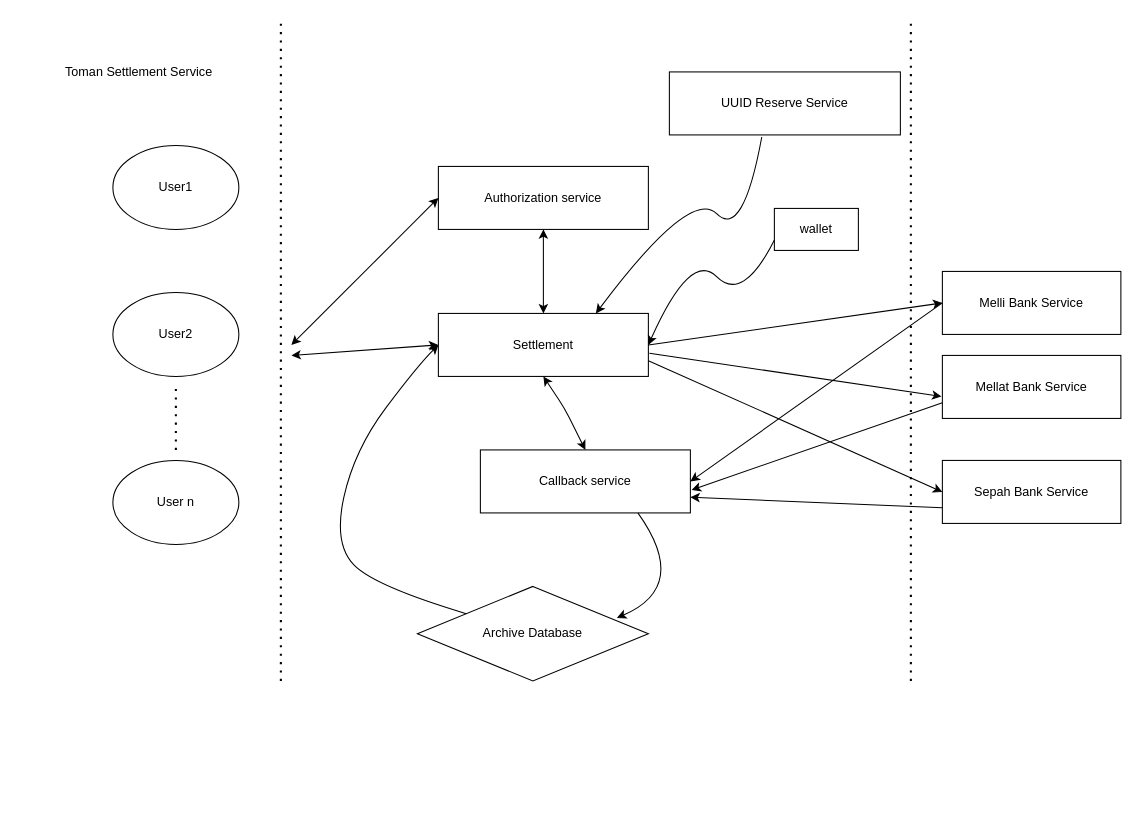
Earlier version of the draw.io diagram page "Page-1" (1 of 4) of Untitled Diagram.drawio (alimoslehirad/Devops). Source tidied: cells renumbered, new cells numbered last; positions are measured from the earlier drawing's top-left corner, leaving out a move shared by most shapes. Both pictures are drawn from the tidied source at 105%, with x=0, y=0 at pixel (18, 19).
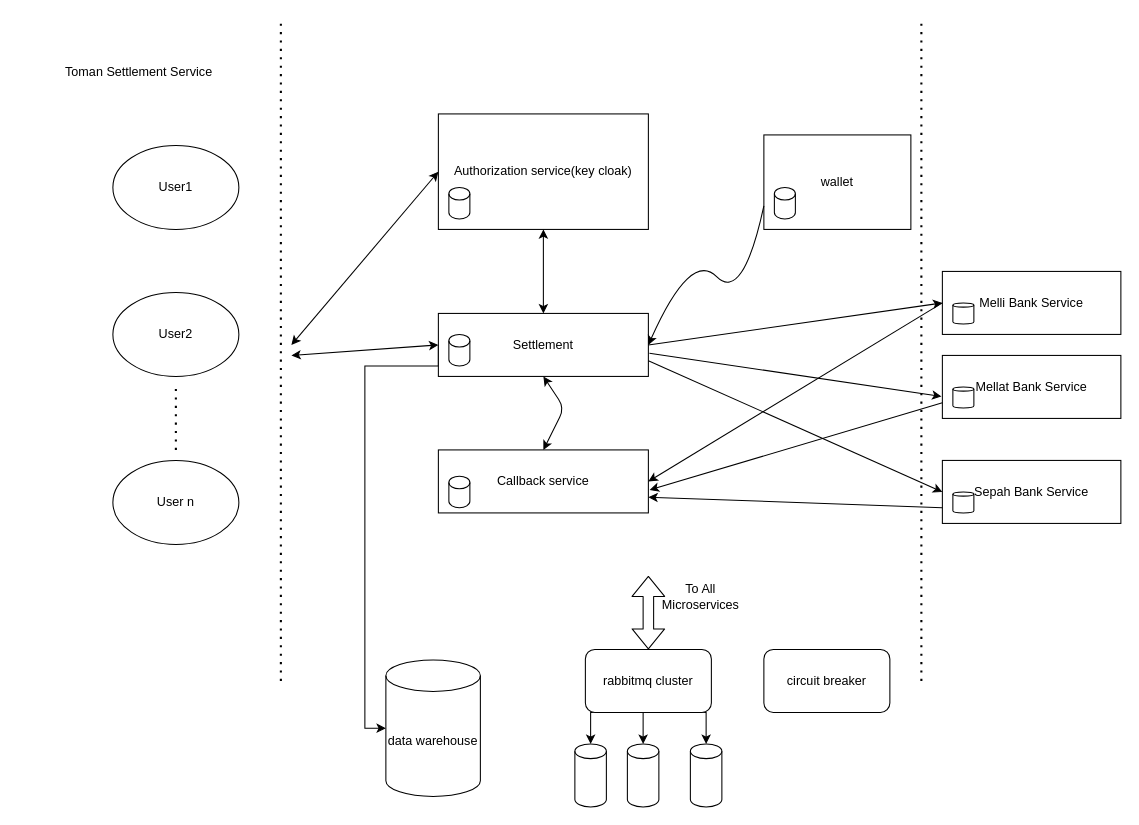
The same page after the edit.

The change refers to these unchanged cells:
```xml
<mxCell id="3" value="Settlement" style="rounded=0;whiteSpace=wrap;html=1;" parent="1" vertex="1">
  <mxGeometry x="400" y="280" width="200" height="60" as="geometry" />
</mxCell>
```

Change to the diagram source:
```diff
@@
-    <mxCell id="2" value="Authorization service" style="rounded=0;whiteSpace=wrap;html=1;" parent="1" vertex="1">
-      <mxGeometry x="400" y="140" width="200" height="60" as="geometry" />
+    <mxCell id="2" value="Authorization service(key cloak)" style="rounded=0;whiteSpace=wrap;html=1;" parent="1" vertex="1">
+      <mxGeometry x="400" y="90" width="200" height="110" as="geometry" />
     </mxCell>
+    <mxCell id="32" style="edgeStyle=orthogonalEdgeStyle;rounded=0;jettySize=auto;html=1;exitX=0;exitY=0.5;exitDx=0;exitDy=0;entryX=0;entryY=0.5;entryDx=0;entryDy=0;entryPerimeter=0;" parent="1" edge="1" source="3" target="40">
+      <mxGeometry relative="1" as="geometry">
+        <Array as="points">
+          <mxPoint x="400" y="330" />
+          <mxPoint x="330" y="330" />
+          <mxPoint x="330" y="675" />
+        </Array>
+      </mxGeometry>
+    </mxCell>
@@
     <mxCell id="4" value="Callback service " style="rounded=0;whiteSpace=wrap;html=1;" parent="1" vertex="1">
-      <mxGeometry x="440" y="410" width="200" height="60" as="geometry" />
+      <mxGeometry x="400" y="410" width="200" height="60" as="geometry" />
     </mxCell>
@@
     <mxCell id="8" value="wallet" style="rounded=0;whiteSpace=wrap;html=1;" parent="1" vertex="1">
-      <mxGeometry x="720" y="180" width="80" height="40" as="geometry" />
+      <mxGeometry x="710" y="110" width="140" height="90" as="geometry" />
     </mxCell>
-    <mxCell id="9" value="UUID Reserve Service" style="rounded=0;whiteSpace=wrap;html=1;" parent="1" vertex="1">
-      <mxGeometry x="620" y="50" width="220" height="60" as="geometry" />
-    </mxCell>
-    <mxCell id="10" value="Archive Database" style="rhombus;whiteSpace=wrap;html=1;" parent="1" vertex="1">
-      <mxGeometry x="380" y="540" width="220" height="90" as="geometry" />
-    </mxCell>
@@
-    <mxCell id="15" style="curved=1;endArrow=classic;html=1;entryX=0;entryY=0.5;entryDx=0;entryDy=0;" parent="1" edge="1" source="10" target="3">
-      <mxGeometry relative="1" as="geometry">
-        <Array as="points">
-          <mxPoint x="340" y="540" />
-          <mxPoint x="300" y="500" />
-          <mxPoint x="320" y="410" />
-          <mxPoint x="380" y="330" />
-        </Array>
-      </mxGeometry>
-    </mxCell>
-    <mxCell id="16" style="curved=1;endArrow=classic;html=1;exitX=0.75;exitY=1;exitDx=0;exitDy=0;entryX=0.864;entryY=0.333;entryDx=0;entryDy=0;entryPerimeter=0;" parent="1" edge="1" source="4" target="10">
-      <mxGeometry relative="1" as="geometry">
-        <Array as="points">
-          <mxPoint x="640" y="540" />
-        </Array>
-      </mxGeometry>
-    </mxCell>
@@
-    <mxCell id="21" style="curved=1;endArrow=classic;html=1;entryX=0.75;entryY=0;entryDx=0;entryDy=0;exitX=0.4;exitY=1.033;exitDx=0;exitDy=0;exitPerimeter=0;" parent="1" edge="1" source="9" target="3">
-      <mxGeometry relative="1" as="geometry">
-        <Array as="points">
-          <mxPoint x="690" y="210" />
-          <mxPoint x="640" y="160" />
-        </Array>
-      </mxGeometry>
-    </mxCell>
@@
     <mxCell id="26" style="endArrow=none;dashed=1;html=1;dashPattern=1 3;strokeWidth=2;" parent="1" edge="1">
       <mxGeometry relative="1" as="geometry">
-        <mxPoint x="850" y="630" as="sourcePoint" />
-        <mxPoint x="850" as="targetPoint" />
+        <mxPoint x="860" y="630" as="sourcePoint" />
+        <mxPoint x="860" as="targetPoint" />
       </mxGeometry>
     </mxCell>
@@
+    <mxCell id="33" style="shape=cylinder3;whiteSpace=wrap;html=1;boundedLbl=1;backgroundOutline=1;size=6;" parent="1" vertex="1">
+      <mxGeometry x="410" y="160" width="20" height="30" as="geometry" />
+    </mxCell>
+    <mxCell id="34" style="shape=cylinder3;whiteSpace=wrap;html=1;boundedLbl=1;backgroundOutline=1;size=6;" parent="1" vertex="1">
+      <mxGeometry x="410" y="435" width="20" height="30" as="geometry" />
+    </mxCell>
+    <mxCell id="35" style="shape=cylinder3;whiteSpace=wrap;html=1;boundedLbl=1;backgroundOutline=1;size=6;" parent="1" vertex="1">
+      <mxGeometry x="720" y="160" width="20" height="30" as="geometry" />
+    </mxCell>
+    <mxCell id="36" style="shape=cylinder3;whiteSpace=wrap;html=1;boundedLbl=1;backgroundOutline=1;size=6;" parent="1" vertex="1">
+      <mxGeometry x="410" y="300" width="20" height="30" as="geometry" />
+    </mxCell>
+    <mxCell id="37" style="shape=cylinder3;whiteSpace=wrap;html=1;boundedLbl=1;backgroundOutline=1;size=2;" parent="1" vertex="1">
+      <mxGeometry x="890" y="270" width="20" height="20" as="geometry" />
+    </mxCell>
+    <mxCell id="38" style="shape=cylinder3;whiteSpace=wrap;html=1;boundedLbl=1;backgroundOutline=1;size=2;" parent="1" vertex="1">
+      <mxGeometry x="890" y="450" width="20" height="20" as="geometry" />
+    </mxCell>
+    <mxCell id="39" style="shape=cylinder3;whiteSpace=wrap;html=1;boundedLbl=1;backgroundOutline=1;size=2;" parent="1" vertex="1">
+      <mxGeometry x="890" y="350" width="20" height="20" as="geometry" />
+    </mxCell>
+    <mxCell id="40" value="data warehouse" style="shape=cylinder3;whiteSpace=wrap;html=1;boundedLbl=1;backgroundOutline=1;size=15;" parent="1" vertex="1">
+      <mxGeometry x="350" y="610" width="90" height="130" as="geometry" />
+    </mxCell>
+    <mxCell id="41" style="shape=cylinder3;whiteSpace=wrap;html=1;boundedLbl=1;backgroundOutline=1;size=7;" parent="1" vertex="1">
+      <mxGeometry x="530" y="690" width="30" height="60" as="geometry" />
+    </mxCell>
+    <mxCell id="42" style="shape=cylinder3;whiteSpace=wrap;html=1;boundedLbl=1;backgroundOutline=1;size=7;" parent="1" vertex="1">
+      <mxGeometry x="580" y="690" width="30" height="60" as="geometry" />
+    </mxCell>
+    <mxCell id="43" style="shape=cylinder3;whiteSpace=wrap;html=1;boundedLbl=1;backgroundOutline=1;size=7;" parent="1" vertex="1">
+      <mxGeometry x="640" y="690" width="30" height="60" as="geometry" />
+    </mxCell>
+    <mxCell id="44" style="edgeStyle=orthogonalEdgeStyle;rounded=0;jettySize=auto;html=1;exitX=0.25;exitY=1;exitDx=0;exitDy=0;entryX=0.5;entryY=0;entryDx=0;entryDy=0;entryPerimeter=0;" parent="1" edge="1" source="47" target="41">
+      <mxGeometry relative="1" as="geometry" />
+    </mxCell>
+    <mxCell id="45" style="edgeStyle=orthogonalEdgeStyle;rounded=0;jettySize=auto;html=1;exitX=0.75;exitY=1;exitDx=0;exitDy=0;entryX=0.5;entryY=0;entryDx=0;entryDy=0;entryPerimeter=0;" parent="1" edge="1" source="47" target="43">
+      <mxGeometry relative="1" as="geometry" />
+    </mxCell>
+    <mxCell id="46" style="edgeStyle=orthogonalEdgeStyle;rounded=0;jettySize=auto;html=1;exitX=0.5;exitY=1;exitDx=0;exitDy=0;entryX=0.5;entryY=0;entryDx=0;entryDy=0;entryPerimeter=0;" parent="1" edge="1" source="47" target="42">
+      <mxGeometry relative="1" as="geometry" />
+    </mxCell>
+    <mxCell id="47" value="rabbitmq cluster" style="rounded=1;whiteSpace=wrap;html=1;" parent="1" vertex="1">
+      <mxGeometry x="540" y="600" width="120" height="60" as="geometry" />
+    </mxCell>
+    <mxCell id="48" style="shape=flexArrow;endArrow=classic;startArrow=classic;html=1;" parent="1" edge="1">
+      <mxGeometry relative="1" as="geometry">
+        <mxPoint x="600" y="600" as="sourcePoint" />
+        <mxPoint x="600" y="530" as="targetPoint" />
+      </mxGeometry>
+    </mxCell>
+    <mxCell id="49" value="To All Microservices" style="text;html=1;strokeColor=none;fillColor=none;align=center;verticalAlign=middle;whiteSpace=wrap;rounded=0;" parent="1" vertex="1">
+      <mxGeometry x="630" y="540" width="40" height="20" as="geometry" />
+    </mxCell>
+    <mxCell id="50" value="circuit breaker" style="rounded=1;whiteSpace=wrap;html=1;" parent="1" vertex="1">
+      <mxGeometry x="710" y="600" width="120" height="60" as="geometry" />
+    </mxCell>
```
